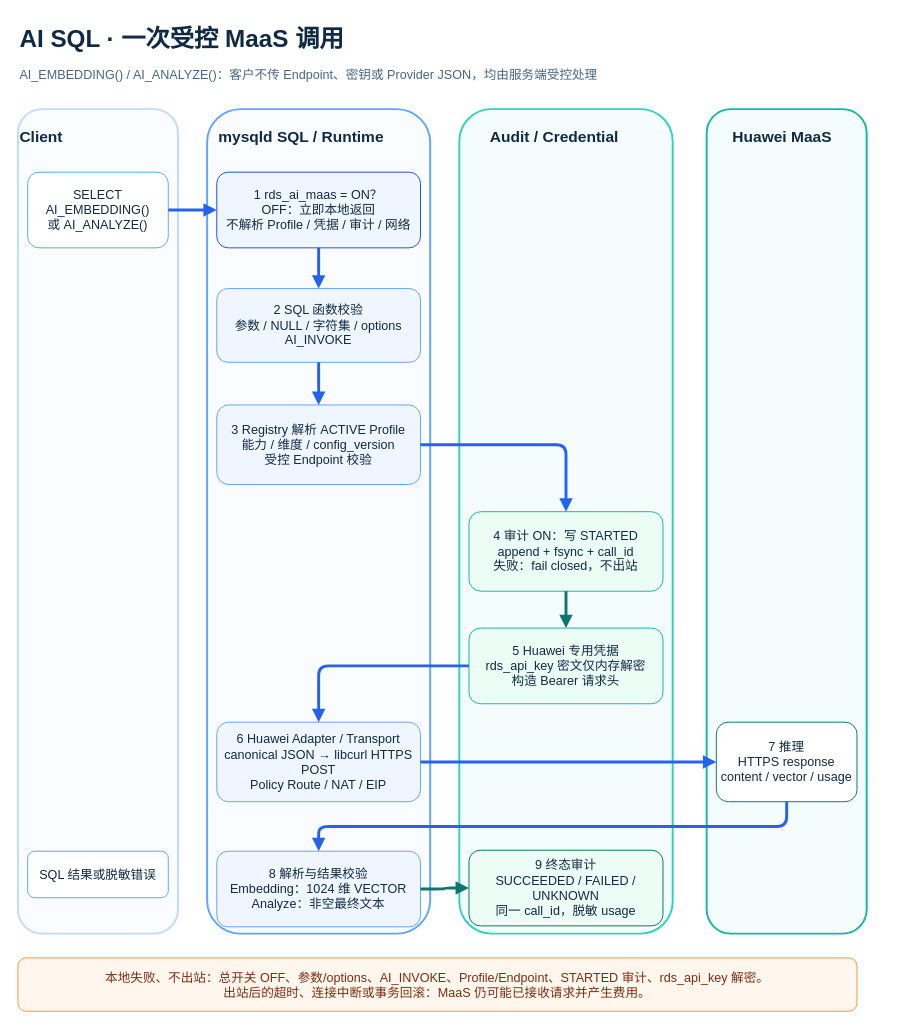
Earlier version of the draw.io diagram page "02 Invocation Flow" (3 of 12) of Docs/db4ai/assets/taurusdb-maas-committer-diagrams.drawio (ZhuQingping/AliSQL). Source tidied: cells renumbered, new cells numbered last; positions are measured from the earlier drawing's top-left corner, leaving out a move shared by most shapes. Both pictures are drawn from the tidied source at 97%, with x=0, y=0 at pixel (17, 16).
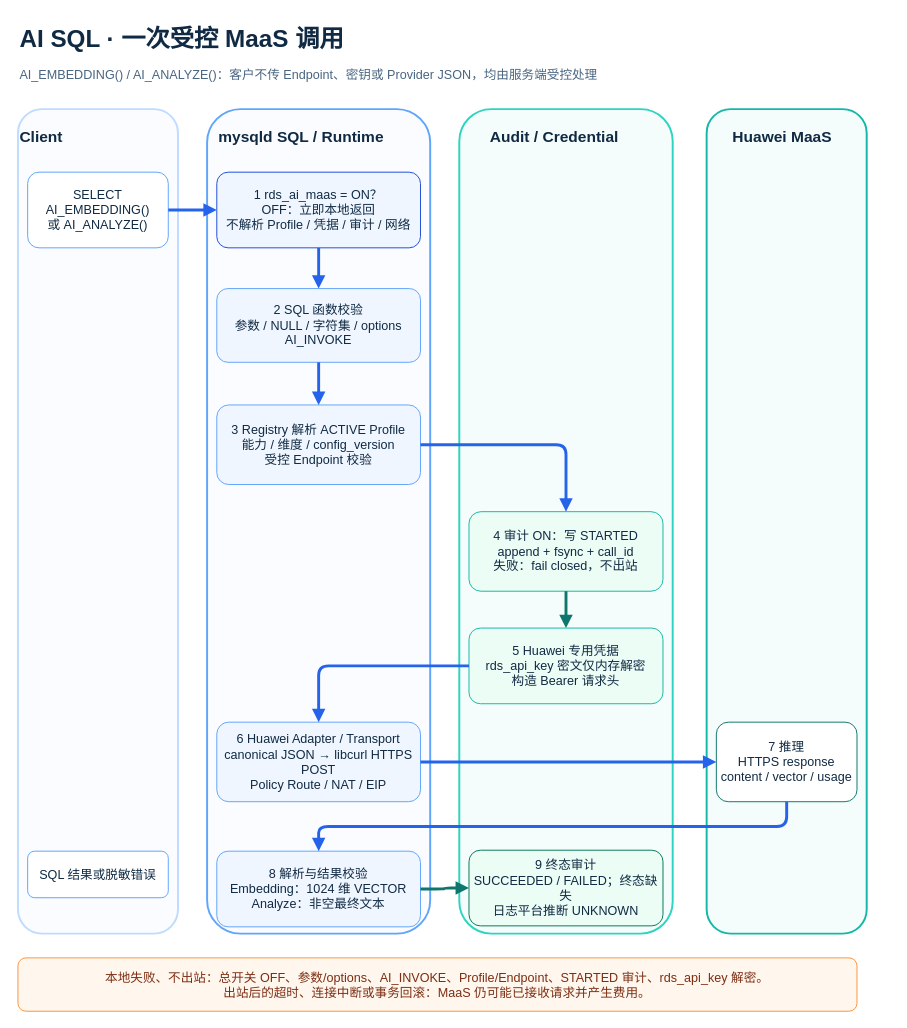
After the change.

The edit, as a diff of the source:
```diff
@@
-    <mxCell id="21" value="9  终态审计&#10;SUCCEEDED / FAILED / UNKNOWN&#10;同一 call_id，脱敏 usage" style="rounded=1;whiteSpace=wrap;html=1;fillColor=#ECFDF5;strokeColor=#047857;fontColor=#102A43;fontSize=13;fontStyle=0;" parent="1" vertex="1">
+    <mxCell id="21" value="9  终态审计&#10;SUCCEEDED / FAILED；终态缺失&#10;日志平台推断 UNKNOWN" style="rounded=1;whiteSpace=wrap;html=1;fillColor=#ECFDF5;strokeColor=#047857;fontColor=#102A43;fontSize=13;fontStyle=0;" parent="1" vertex="1">
       <mxGeometry x="465" y="859" width="200" height="78" as="geometry" />
     </mxCell>
```
